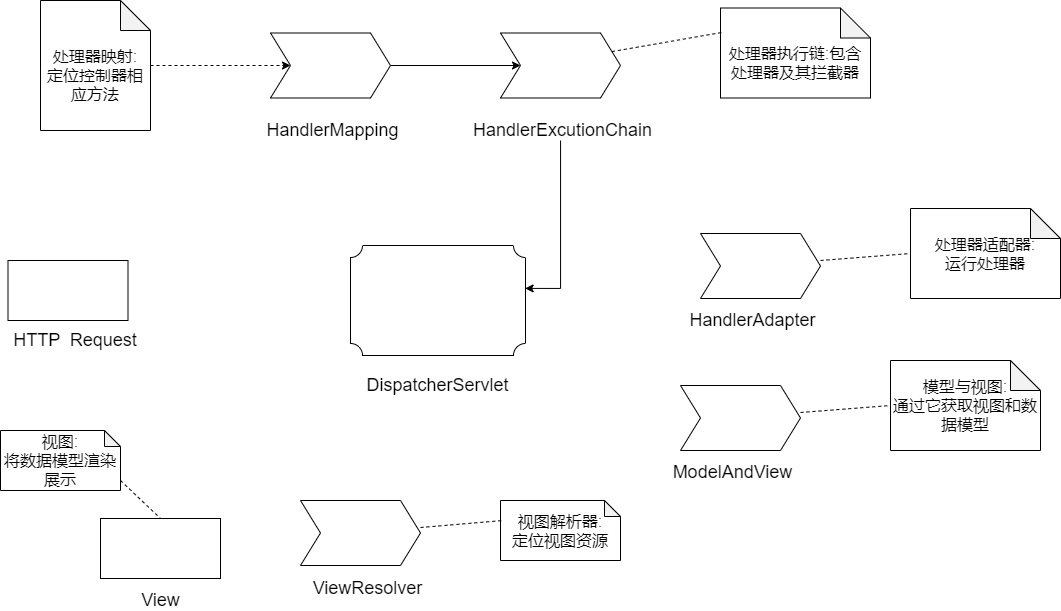
Above: Spring MVC执行流程图.png in wjq1018/20200720DataStructureAndAlgorithms (draw.io), before the change. Source tidied: cells renumbered, new cells last; positions are measured from the earlier drawing's top-left corner, leaving out a move shared by most shapes.
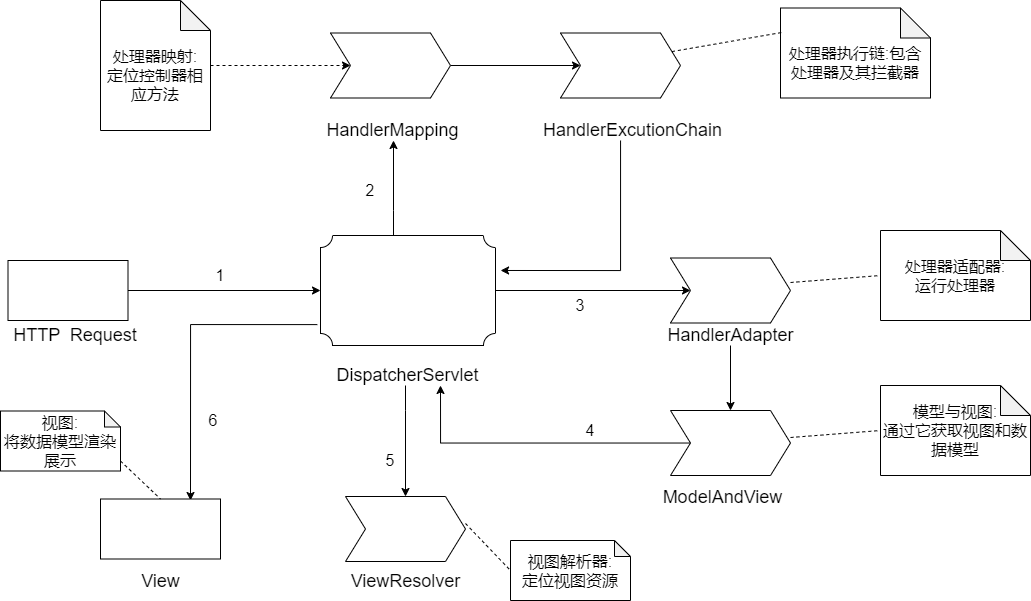
Later version of the same file.

Commit message:
更新Spring MVC执行流程图.png

The edit, as a diff of the source:
```diff
@@ -6,104 +6,160 @@
       <mxGeometry relative="1" as="geometry" />
     </mxCell>
     <mxCell id="3" value="&lt;font style=&quot;font-size: 16px&quot;&gt;&lt;br&gt;处理器映射:&lt;br&gt;定位控制器相应方法&lt;/font&gt;" style="shape=note;whiteSpace=wrap;html=1;backgroundOutline=1;darkOpacity=0.05;" parent="1" vertex="1">
-      <mxGeometry x="40" width="110" height="130" as="geometry" />
+      <mxGeometry x="130" y="10" width="110" height="130" as="geometry" />
     </mxCell>
     <mxCell id="4" style="edgeStyle=orthogonalEdgeStyle;rounded=0;jettySize=auto;html=1;exitX=1;exitY=0.5;exitDx=0;exitDy=0;entryX=0;entryY=0.5;entryDx=0;entryDy=0;" parent="1" edge="1" source="5" target="9">
       <mxGeometry relative="1" as="geometry" />
     </mxCell>
     <mxCell id="5" style="shape=step;perimeter=stepPerimeter;whiteSpace=wrap;html=1;fixedSize=1;" parent="1" vertex="1">
-      <mxGeometry x="270" y="32.5" width="120" height="65" as="geometry" />
+      <mxGeometry x="360" y="42.5" width="120" height="65" as="geometry" />
     </mxCell>
     <mxCell id="6" value="&lt;span style=&quot;font-size: 18px&quot;&gt;HandlerMapping&lt;/span&gt;" style="text;html=1;strokeColor=none;fillColor=none;align=center;verticalAlign=middle;whiteSpace=wrap;rounded=0;" parent="1" vertex="1">
-      <mxGeometry x="300" y="120" width="65" height="20" as="geometry" />
+      <mxGeometry x="390" y="130" width="65" height="20" as="geometry" />
     </mxCell>
+    <mxCell id="32" style="edgeStyle=orthogonalEdgeStyle;rounded=0;jettySize=auto;html=1;" parent="1" edge="1" source="7" target="14">
+      <mxGeometry relative="1" as="geometry" />
+    </mxCell>
+    <mxCell id="33" style="edgeStyle=orthogonalEdgeStyle;rounded=0;jettySize=auto;html=1;" parent="1" edge="1" source="7" target="6">
+      <mxGeometry relative="1" as="geometry">
+        <Array as="points">
+          <mxPoint x="423" y="220" />
+          <mxPoint x="423" y="220" />
+        </Array>
+      </mxGeometry>
+    </mxCell>
+    <mxCell id="34" style="edgeStyle=orthogonalEdgeStyle;rounded=0;jettySize=auto;html=1;exitX=-0.018;exitY=0.81;exitDx=0;exitDy=0;exitPerimeter=0;entryX=0.75;entryY=0.025;entryDx=0;entryDy=0;entryPerimeter=0;" parent="1" edge="1" source="7" target="26">
+      <mxGeometry relative="1" as="geometry">
+        <Array as="points">
+          <mxPoint x="220" y="334" />
+        </Array>
+      </mxGeometry>
+    </mxCell>
     <mxCell id="7" style="verticalLabelPosition=bottom;verticalAlign=top;html=1;shape=mxgraph.basic.plaque;dx=6;" parent="1" vertex="1">
       <mxGeometry x="350" y="245" width="175" height="110" as="geometry" />
     </mxCell>
+    <mxCell id="35" style="edgeStyle=orthogonalEdgeStyle;rounded=0;jettySize=auto;html=1;" parent="1" edge="1" source="8" target="22">
+      <mxGeometry relative="1" as="geometry">
+        <Array as="points">
+          <mxPoint x="435" y="420" />
+          <mxPoint x="435" y="420" />
+        </Array>
+      </mxGeometry>
+    </mxCell>
     <mxCell id="8" value="&lt;span style=&quot;font-size: 18px&quot;&gt;DispatcherServlet&lt;/span&gt;" style="text;html=1;strokeColor=none;fillColor=none;align=center;verticalAlign=middle;whiteSpace=wrap;rounded=0;" parent="1" vertex="1">
       <mxGeometry x="405" y="375" width="65" height="20" as="geometry" />
     </mxCell>
     <mxCell id="9" style="shape=step;perimeter=stepPerimeter;whiteSpace=wrap;html=1;fixedSize=1;" parent="1" vertex="1">
-      <mxGeometry x="500" y="32.5" width="120" height="65" as="geometry" />
+      <mxGeometry x="590" y="42.5" width="120" height="65" as="geometry" />
     </mxCell>
-    <mxCell id="10" style="edgeStyle=orthogonalEdgeStyle;rounded=0;jettySize=auto;html=1;entryX=0.998;entryY=0.39;entryDx=0;entryDy=0;entryPerimeter=0;" parent="1" edge="1" source="11" target="7">
+    <mxCell id="10" style="edgeStyle=orthogonalEdgeStyle;rounded=0;jettySize=auto;html=1;entryX=1.029;entryY=0.318;entryDx=0;entryDy=0;entryPerimeter=0;" parent="1" edge="1" source="11" target="7">
       <mxGeometry relative="1" as="geometry">
         <Array as="points">
-          <mxPoint x="560" y="288" />
+          <mxPoint x="650" y="280" />
         </Array>
       </mxGeometry>
     </mxCell>
     <mxCell id="11" value="&lt;span style=&quot;font-size: 18px&quot;&gt;HandlerExcutionChain&lt;/span&gt;" style="text;html=1;strokeColor=none;fillColor=none;align=center;verticalAlign=middle;whiteSpace=wrap;rounded=0;" parent="1" vertex="1">
-      <mxGeometry x="530" y="120" width="65" height="20" as="geometry" />
+      <mxGeometry x="630" y="130" width="65" height="20" as="geometry" />
     </mxCell>
     <mxCell id="12" value="&lt;font style=&quot;font-size: 16px&quot;&gt;&lt;br&gt;处理器执行链:包含处理器及其拦截器&lt;/font&gt;" style="shape=note;whiteSpace=wrap;html=1;backgroundOutline=1;darkOpacity=0.05;" parent="1" vertex="1">
-      <mxGeometry x="720" y="7.5" width="150" height="90" as="geometry" />
+      <mxGeometry x="810" y="17.5" width="150" height="90" as="geometry" />
     </mxCell>
     <mxCell id="13" style="endArrow=none;dashed=1;html=1;entryX=0.009;entryY=0.272;entryDx=0;entryDy=0;entryPerimeter=0;exitX=1;exitY=0.25;exitDx=0;exitDy=0;" parent="1" edge="1" source="9" target="12">
       <mxGeometry relative="1" as="geometry" />
     </mxCell>
     <mxCell id="14" style="shape=step;perimeter=stepPerimeter;whiteSpace=wrap;html=1;fixedSize=1;" parent="1" vertex="1">
-      <mxGeometry x="700" y="233" width="120" height="65" as="geometry" />
+      <mxGeometry x="700" y="267.5" width="120" height="65" as="geometry" />
     </mxCell>
+    <mxCell id="36" style="edgeStyle=orthogonalEdgeStyle;rounded=0;jettySize=auto;html=1;" parent="1" edge="1" source="15" target="18">
+      <mxGeometry relative="1" as="geometry" />
+    </mxCell>
     <mxCell id="15" value="&lt;span style=&quot;font-size: 18px&quot;&gt;HandlerAdapter&lt;/span&gt;" style="text;html=1;strokeColor=none;fillColor=none;align=center;verticalAlign=middle;whiteSpace=wrap;rounded=0;" parent="1" vertex="1">
-      <mxGeometry x="720" y="310" width="65" height="20" as="geometry" />
+      <mxGeometry x="727.5" y="335" width="65" height="20" as="geometry" />
     </mxCell>
     <mxCell id="16" value="&lt;font style=&quot;font-size: 16px&quot;&gt;处理器适配器:&lt;br&gt;运行处理器&lt;/font&gt;" style="shape=note;whiteSpace=wrap;html=1;backgroundOutline=1;darkOpacity=0.05;" parent="1" vertex="1">
-      <mxGeometry x="910" y="208" width="150" height="90" as="geometry" />
+      <mxGeometry x="910" y="240" width="150" height="90" as="geometry" />
     </mxCell>
     <mxCell id="17" style="endArrow=none;dashed=1;html=1;entryX=0;entryY=0.5;entryDx=0;entryDy=0;entryPerimeter=0;" parent="1" edge="1" target="16">
       <mxGeometry relative="1" as="geometry">
-        <mxPoint x="820" y="260" as="sourcePoint" />
+        <mxPoint x="820" y="292" as="sourcePoint" />
       </mxGeometry>
     </mxCell>
+    <mxCell id="37" style="edgeStyle=orthogonalEdgeStyle;rounded=0;jettySize=auto;html=1;" parent="1" edge="1" source="18" target="8">
+      <mxGeometry relative="1" as="geometry">
+        <Array as="points">
+          <mxPoint x="470" y="453" />
+        </Array>
+      </mxGeometry>
+    </mxCell>
     <mxCell id="18" style="shape=step;perimeter=stepPerimeter;whiteSpace=wrap;html=1;fixedSize=1;" parent="1" vertex="1">
-      <mxGeometry x="680" y="385" width="120" height="65" as="geometry" />
+      <mxGeometry x="700" y="420" width="120" height="65" as="geometry" />
     </mxCell>
     <mxCell id="19" value="&lt;span style=&quot;font-size: 18px&quot;&gt;ModelAndView&lt;/span&gt;" style="text;html=1;strokeColor=none;fillColor=none;align=center;verticalAlign=middle;whiteSpace=wrap;rounded=0;" parent="1" vertex="1">
-      <mxGeometry x="700" y="462" width="65" height="20" as="geometry" />
+      <mxGeometry x="720" y="497" width="65" height="20" as="geometry" />
     </mxCell>
     <mxCell id="20" value="&lt;font style=&quot;font-size: 16px&quot;&gt;模型与视图:&lt;br&gt;通过它获取视图和数据模型&lt;/font&gt;" style="shape=note;whiteSpace=wrap;html=1;backgroundOutline=1;darkOpacity=0.05;" parent="1" vertex="1">
-      <mxGeometry x="890" y="360" width="150" height="90" as="geometry" />
+      <mxGeometry x="910" y="395" width="150" height="90" as="geometry" />
     </mxCell>
     <mxCell id="21" style="endArrow=none;dashed=1;html=1;entryX=0;entryY=0.5;entryDx=0;entryDy=0;entryPerimeter=0;" parent="1" edge="1" target="20">
       <mxGeometry relative="1" as="geometry">
-        <mxPoint x="800" y="412" as="sourcePoint" />
+        <mxPoint x="820" y="447" as="sourcePoint" />
       </mxGeometry>
     </mxCell>
     <mxCell id="22" style="shape=step;perimeter=stepPerimeter;whiteSpace=wrap;html=1;fixedSize=1;" parent="1" vertex="1">
-      <mxGeometry x="300" y="500" width="120" height="65" as="geometry" />
+      <mxGeometry x="375" y="506" width="120" height="65" as="geometry" />
     </mxCell>
     <mxCell id="23" value="&lt;span style=&quot;font-size: 18px&quot;&gt;ViewResolver&lt;/span&gt;" style="text;html=1;strokeColor=none;fillColor=none;align=center;verticalAlign=middle;whiteSpace=wrap;rounded=0;" parent="1" vertex="1">
-      <mxGeometry x="335" y="578" width="65" height="20" as="geometry" />
+      <mxGeometry x="402.5" y="580.5" width="65" height="20" as="geometry" />
     </mxCell>
     <mxCell id="24" value="&lt;span style=&quot;font-size: 16px&quot;&gt;视图解析器:&lt;br&gt;定位视图资源&lt;br&gt;&lt;/span&gt;" style="shape=note;whiteSpace=wrap;html=1;backgroundOutline=1;darkOpacity=0.05;size=16;" parent="1" vertex="1">
-      <mxGeometry x="500" y="500" width="120" height="60" as="geometry" />
+      <mxGeometry x="540" y="550" width="120" height="60" as="geometry" />
     </mxCell>
-    <mxCell id="25" style="endArrow=none;dashed=1;html=1;entryX=0;entryY=0.5;entryDx=0;entryDy=0;entryPerimeter=0;" parent="1" edge="1">
+    <mxCell id="25" style="endArrow=none;dashed=1;html=1;entryX=0;entryY=0.5;entryDx=0;entryDy=0;entryPerimeter=0;" parent="1" edge="1" target="24">
       <mxGeometry relative="1" as="geometry">
-        <mxPoint x="420" y="527" as="sourcePoint" />
-        <mxPoint x="502.5" y="520" as="targetPoint" />
+        <mxPoint x="495" y="533" as="sourcePoint" />
       </mxGeometry>
     </mxCell>
     <mxCell id="26" style="rounded=0;whiteSpace=wrap;html=1;" parent="1" vertex="1">
-      <mxGeometry x="100" y="518" width="120" height="60" as="geometry" />
+      <mxGeometry x="130" y="508.5" width="120" height="60" as="geometry" />
     </mxCell>
     <mxCell id="27" value="&lt;span style=&quot;font-size: 18px&quot;&gt;View&lt;/span&gt;" style="text;html=1;strokeColor=none;fillColor=none;align=center;verticalAlign=middle;whiteSpace=wrap;rounded=0;" parent="1" vertex="1">
-      <mxGeometry x="127.5" y="590" width="65" height="20" as="geometry" />
+      <mxGeometry x="157.5" y="580.5" width="65" height="20" as="geometry" />
     </mxCell>
     <mxCell id="28" value="&lt;span style=&quot;font-size: 16px&quot;&gt;视图:&lt;br&gt;将数据模型渲染展示&lt;br&gt;&lt;/span&gt;" style="shape=note;whiteSpace=wrap;html=1;backgroundOutline=1;darkOpacity=0.05;size=16;" parent="1" vertex="1">
-      <mxGeometry y="430" width="120" height="60" as="geometry" />
+      <mxGeometry x="30" y="420.5" width="120" height="60" as="geometry" />
     </mxCell>
     <mxCell id="29" style="endArrow=none;dashed=1;html=1;entryX=0.5;entryY=0;entryDx=0;entryDy=0;" parent="1" edge="1" target="26">
       <mxGeometry relative="1" as="geometry">
-        <mxPoint x="120" y="480" as="sourcePoint" />
+        <mxPoint x="150" y="470.5" as="sourcePoint" />
       </mxGeometry>
     </mxCell>
+    <mxCell id="38" style="edgeStyle=orthogonalEdgeStyle;rounded=0;jettySize=auto;html=1;" parent="1" edge="1" source="30" target="7">
+      <mxGeometry relative="1" as="geometry" />
+    </mxCell>
     <mxCell id="30" style="rounded=0;whiteSpace=wrap;html=1;" parent="1" vertex="1">
-      <mxGeometry x="7.5" y="260" width="120" height="60" as="geometry" />
+      <mxGeometry x="37.5" y="270" width="120" height="60" as="geometry" />
     </mxCell>
     <mxCell id="31" value="&lt;span style=&quot;font-size: 18px&quot;&gt;HTTP&amp;nbsp; Request&lt;/span&gt;" style="text;html=1;strokeColor=none;fillColor=none;align=center;verticalAlign=middle;whiteSpace=wrap;rounded=0;" parent="1" vertex="1">
-      <mxGeometry y="330" width="150" height="20" as="geometry" />
+      <mxGeometry x="30" y="335" width="150" height="20" as="geometry" />
     </mxCell>
+    <mxCell id="39" value="&lt;font style=&quot;font-size: 16px&quot;&gt;1&lt;/font&gt;" style="text;html=1;strokeColor=none;fillColor=none;align=center;verticalAlign=middle;whiteSpace=wrap;rounded=0;" parent="1" vertex="1">
+      <mxGeometry x="230" y="275" width="40" height="20" as="geometry" />
+    </mxCell>
+    <mxCell id="40" value="&lt;font style=&quot;font-size: 16px&quot;&gt;2&lt;/font&gt;" style="text;html=1;strokeColor=none;fillColor=none;align=center;verticalAlign=middle;whiteSpace=wrap;rounded=0;" parent="1" vertex="1">
+      <mxGeometry x="380" y="190" width="40" height="20" as="geometry" />
+    </mxCell>
+    <mxCell id="41" value="&lt;font style=&quot;font-size: 16px&quot;&gt;3&lt;/font&gt;" style="text;html=1;strokeColor=none;fillColor=none;align=center;verticalAlign=middle;whiteSpace=wrap;rounded=0;" parent="1" vertex="1">
+      <mxGeometry x="590" y="305" width="40" height="20" as="geometry" />
+    </mxCell>
+    <mxCell id="42" value="&lt;font style=&quot;font-size: 16px&quot;&gt;4&lt;/font&gt;" style="text;html=1;strokeColor=none;fillColor=none;align=center;verticalAlign=middle;whiteSpace=wrap;rounded=0;" parent="1" vertex="1">
+      <mxGeometry x="600" y="430" width="40" height="20" as="geometry" />
+    </mxCell>
+    <mxCell id="43" value="&lt;font style=&quot;font-size: 16px&quot;&gt;6&lt;/font&gt;" style="text;html=1;strokeColor=none;fillColor=none;align=center;verticalAlign=middle;whiteSpace=wrap;rounded=0;" parent="1" vertex="1">
+      <mxGeometry x="222.5" y="420" width="40" height="20" as="geometry" />
+    </mxCell>
+    <mxCell id="44" value="&lt;font style=&quot;font-size: 16px&quot;&gt;5&lt;/font&gt;" style="text;html=1;strokeColor=none;fillColor=none;align=center;verticalAlign=middle;whiteSpace=wrap;rounded=0;" parent="1" vertex="1">
+      <mxGeometry x="400" y="460" width="40" height="20" as="geometry" />
+    </mxCell>
   </root>
 </mxGraphModel>
```
